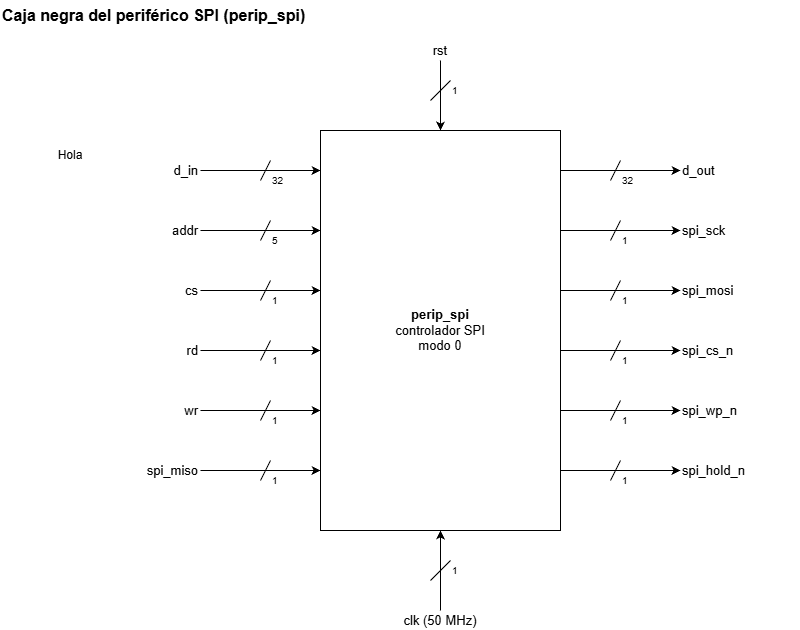
Earlier version of the draw.io export grupo1-memoria-externa/docs/diagramas/1-caja-negra/Grupo1_Caja_Negra_SPI.drawio.png (wwilchesc/pruebas). Source tidied: cells renumbered, new cells last; positions are measured from the earlier drawing's top-left corner, leaving out a move shared by most shapes.
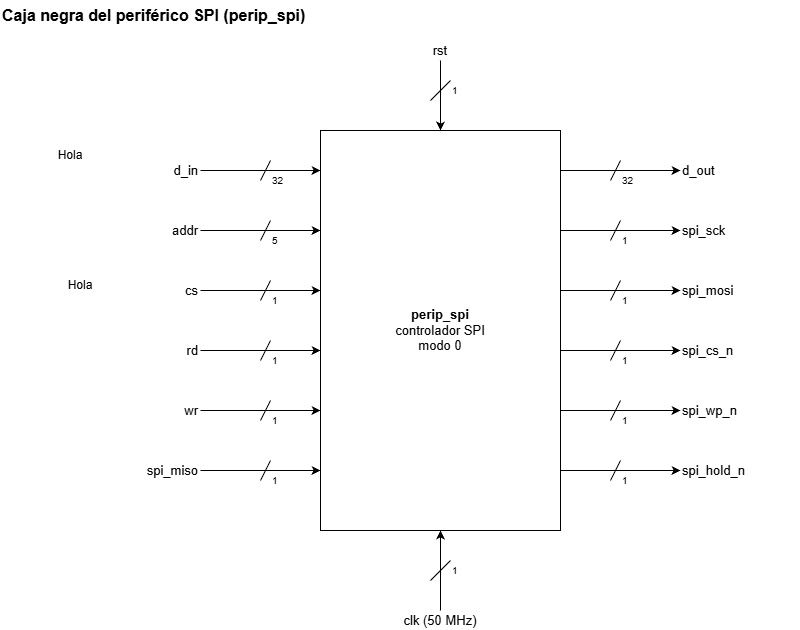
After the change.

Change to the diagram source:
```diff
@@ -218,6 +218,9 @@
     <mxCell id="59" value="1" style="text;html=1;align=left;verticalAlign=middle;whiteSpace=wrap;rounded=0;fontSize=10;" parent="1" vertex="1">
       <mxGeometry x="450" y="560" width="20" height="20" as="geometry" />
     </mxCell>
+    <mxCell id="61" value="Hola" style="text;html=1;whiteSpace=wrap;strokeColor=none;fillColor=none;align=center;verticalAlign=middle;rounded=0;" parent="1" vertex="1">
+      <mxGeometry x="50" y="270" width="60" height="30" as="geometry" />
+    </mxCell>
     <mxCell id="60" value="Hola" style="text;html=1;whiteSpace=wrap;strokeColor=none;fillColor=none;align=center;verticalAlign=middle;rounded=0;" parent="1" vertex="1">
       <mxGeometry x="40" y="140" width="60" height="30" as="geometry" />
     </mxCell>
```
